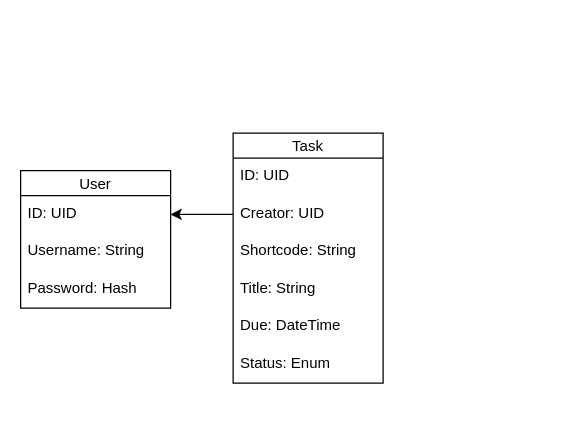
This is erm-diagram.drawio from natanaugusto/laravel-taskfly, a draw.io file, before an edit. Source tidied: cells renumbered, new cells numbered last; positions are measured from the earlier drawing's top-left corner, leaving out a move shared by most shapes. Both pictures are drawn from the tidied source at 125%, with x=0, y=0 at pixel (20, 132).
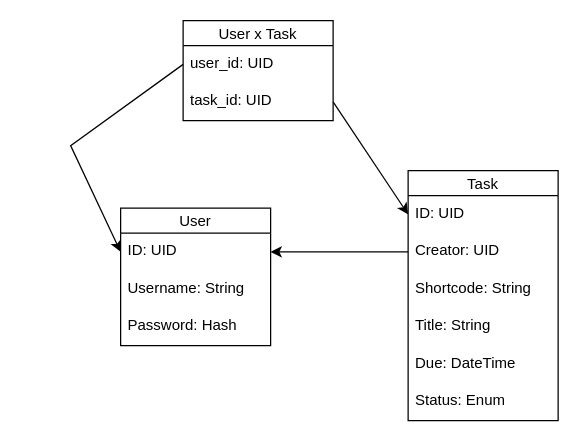
The same diagram, later.

Commit message (it also covers changes not shown here):
Related Task and User models

Unchanged cells that the change refers to:
```xml
<mxCell id="3" value="ID: UID" style="text;strokeColor=none;fillColor=none;spacingLeft=4;spacingRight=4;overflow=hidden;points=[[0,0.5],[1,0.5]];portConstraint=eastwest;fontSize=12;" parent="2" vertex="1">
  <mxGeometry y="20" width="120" height="30" as="geometry" />
</mxCell>
<mxCell id="10" value="ID: UID" style="text;strokeColor=none;fillColor=none;spacingLeft=4;spacingRight=4;overflow=hidden;points=[[0,0.5],[1,0.5]];portConstraint=eastwest;fontSize=12;" parent="9" vertex="1">
  <mxGeometry y="20" width="120" height="30" as="geometry" />
</mxCell>
```

Change to the diagram source:
```diff
@@
     <mxCell id="2" value="Task" style="swimlane;fontStyle=0;horizontal=1;startSize=20;fillColor=#ffffff;swimlaneFillColor=#ffffff;" parent="1" vertex="1">
-      <mxGeometry x="170" width="120" height="200" as="geometry" />
+      <mxGeometry x="310" y="30" width="120" height="200" as="geometry" />
     </mxCell>
@@
     <mxCell id="9" value="User" style="swimlane;fontStyle=0;horizontal=1;startSize=20;fillColor=#ffffff;swimlaneFillColor=#ffffff;" parent="1" vertex="1">
-      <mxGeometry y="30" width="120" height="110" as="geometry" />
+      <mxGeometry x="80" y="60" width="120" height="110" as="geometry" />
     </mxCell>
@@
+    <mxCell id="14" value="User x Task" style="swimlane;fontStyle=0;horizontal=1;startSize=20;fillColor=#ffffff;swimlaneFillColor=#ffffff;" parent="1" vertex="1">
+      <mxGeometry x="130" y="-90" width="120" height="80" as="geometry" />
+    </mxCell>
+    <mxCell id="15" value="user_id: UID" style="text;strokeColor=none;fillColor=none;spacingLeft=4;spacingRight=4;overflow=hidden;points=[[0,0.5],[1,0.5]];portConstraint=eastwest;fontSize=12;" parent="14" vertex="1">
+      <mxGeometry y="20" width="120" height="30" as="geometry" />
+    </mxCell>
+    <mxCell id="16" value="task_id: UID" style="text;strokeColor=none;fillColor=none;spacingLeft=4;spacingRight=4;overflow=hidden;points=[[0,0.5],[1,0.5]];portConstraint=eastwest;fontSize=12;" parent="14" vertex="1">
+      <mxGeometry y="50" width="120" height="30" as="geometry" />
+    </mxCell>
+    <mxCell id="17" style="endArrow=classic;html=1;rounded=0;exitX=1;exitY=0.5;exitDx=0;exitDy=0;entryX=0;entryY=0.5;entryDx=0;entryDy=0;" parent="1" edge="1" source="16" target="3">
+      <mxGeometry relative="1" as="geometry" />
+    </mxCell>
+    <mxCell id="18" style="endArrow=classic;html=1;rounded=0;exitX=0;exitY=0.5;exitDx=0;exitDy=0;entryX=0;entryY=0.5;entryDx=0;entryDy=0;" parent="1" edge="1" source="15" target="10">
+      <mxGeometry relative="1" as="geometry">
+        <Array as="points">
+          <mxPoint x="40" y="10" />
+        </Array>
+      </mxGeometry>
+    </mxCell>
```
